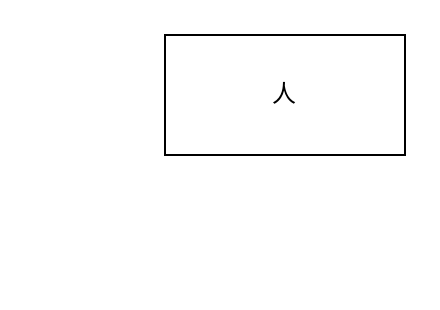
Before: 人物设计.drawio in Taaaang/game_design, a draw.io diagram. Source tidied: cells renumbered, new cells numbered last; positions are measured from the earlier drawing's top-left corner, leaving out a move shared by most shapes. Both pictures are drawn from the tidied source at 200%, with x=0, y=0 at pixel (164, 34).
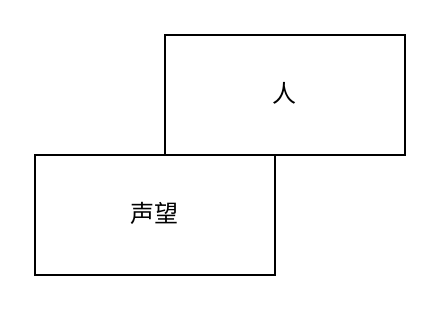
After the change.

Commit message (it also covers changes not shown here):
更新人物设计.drawio

The edit, as a diff of the source:
```diff
@@
 <mxGraphModel>
   <root>
     <mxCell id="0" />
     <mxCell id="1" parent="0" />
     <mxCell id="2" value="人" style="rounded=0;whiteSpace=wrap;html=1;" parent="1" vertex="1">
       <mxGeometry width="120" height="60" as="geometry" />
     </mxCell>
+    <mxCell id="3" value="声望" style="rounded=0;whiteSpace=wrap;html=1;" parent="1" vertex="1">
+      <mxGeometry x="-65" y="60" width="120" height="60" as="geometry" />
+    </mxCell>
   </root>
 </mxGraphModel>
```
